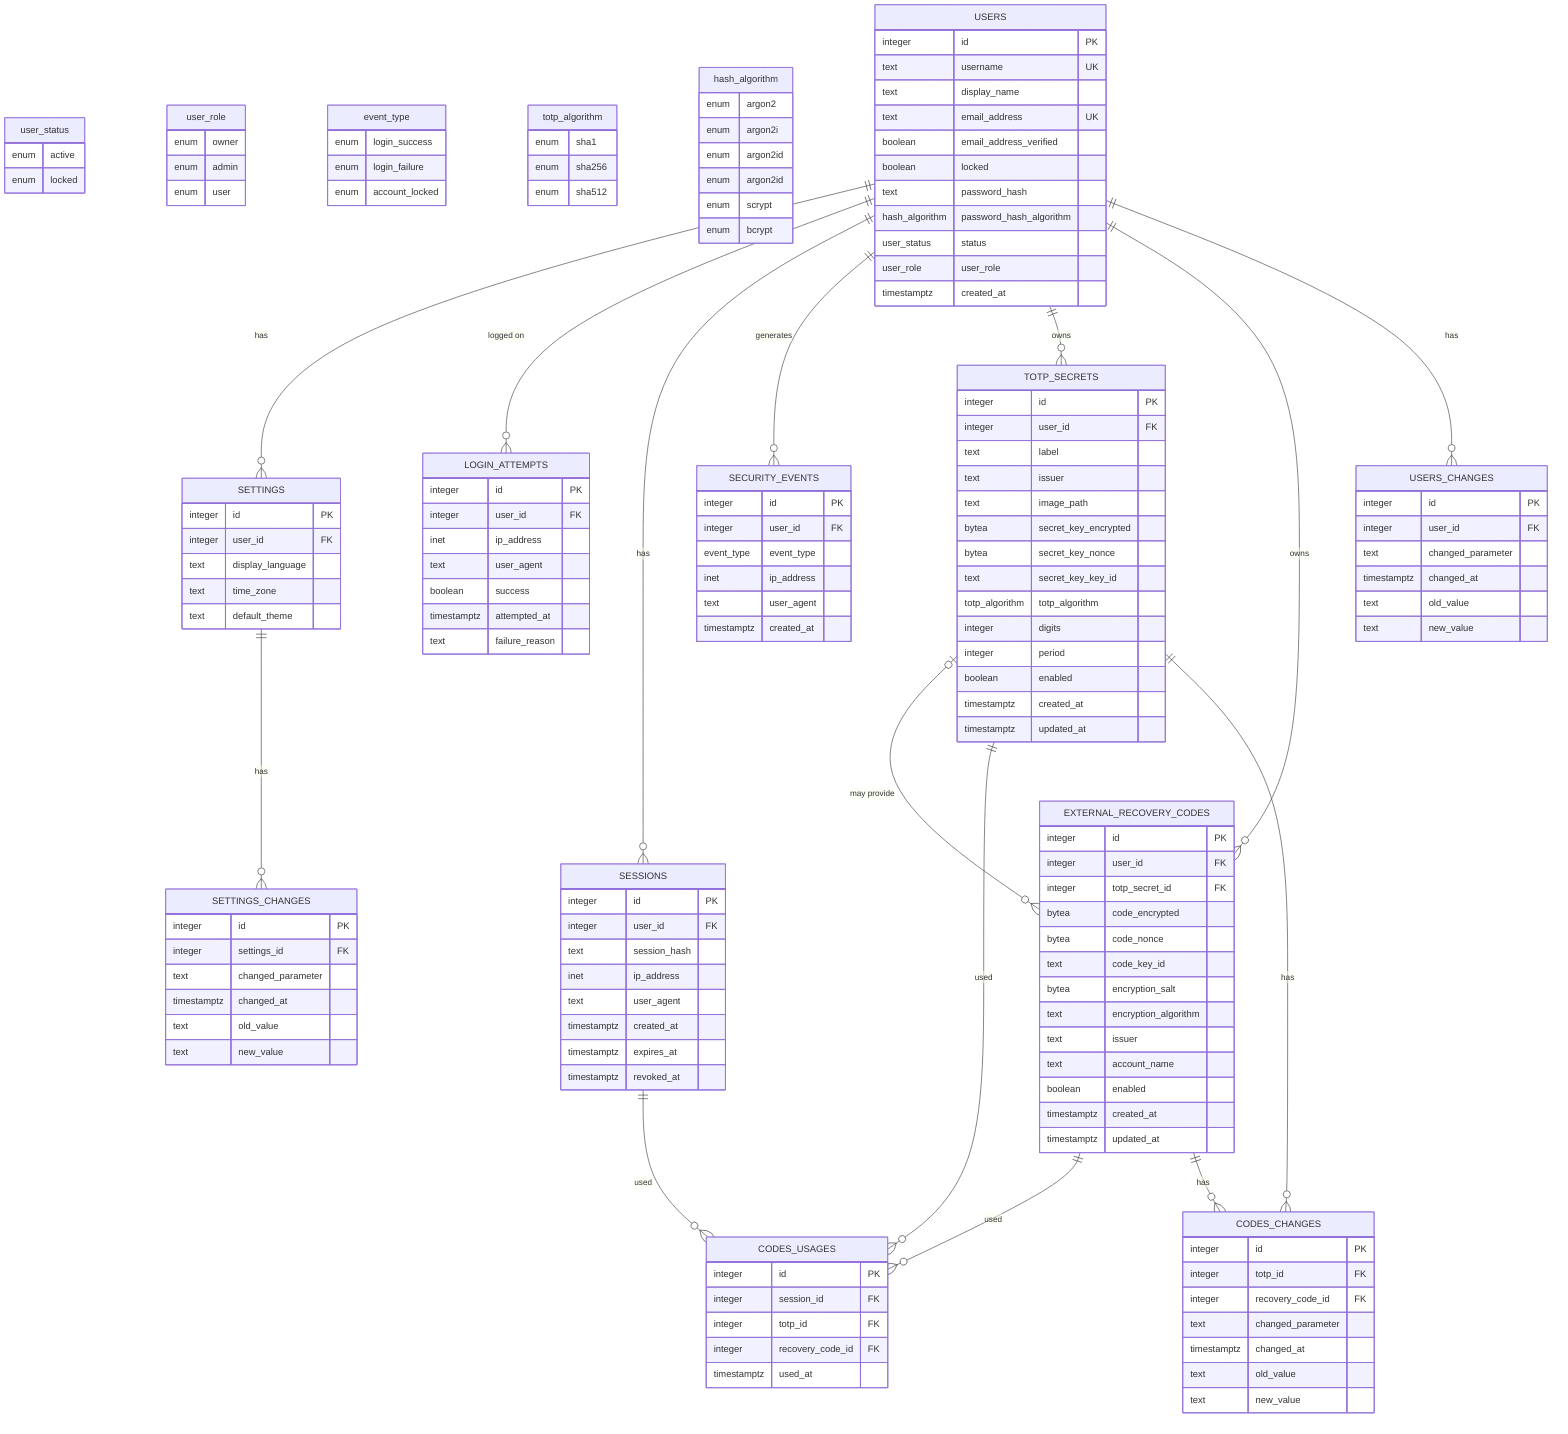
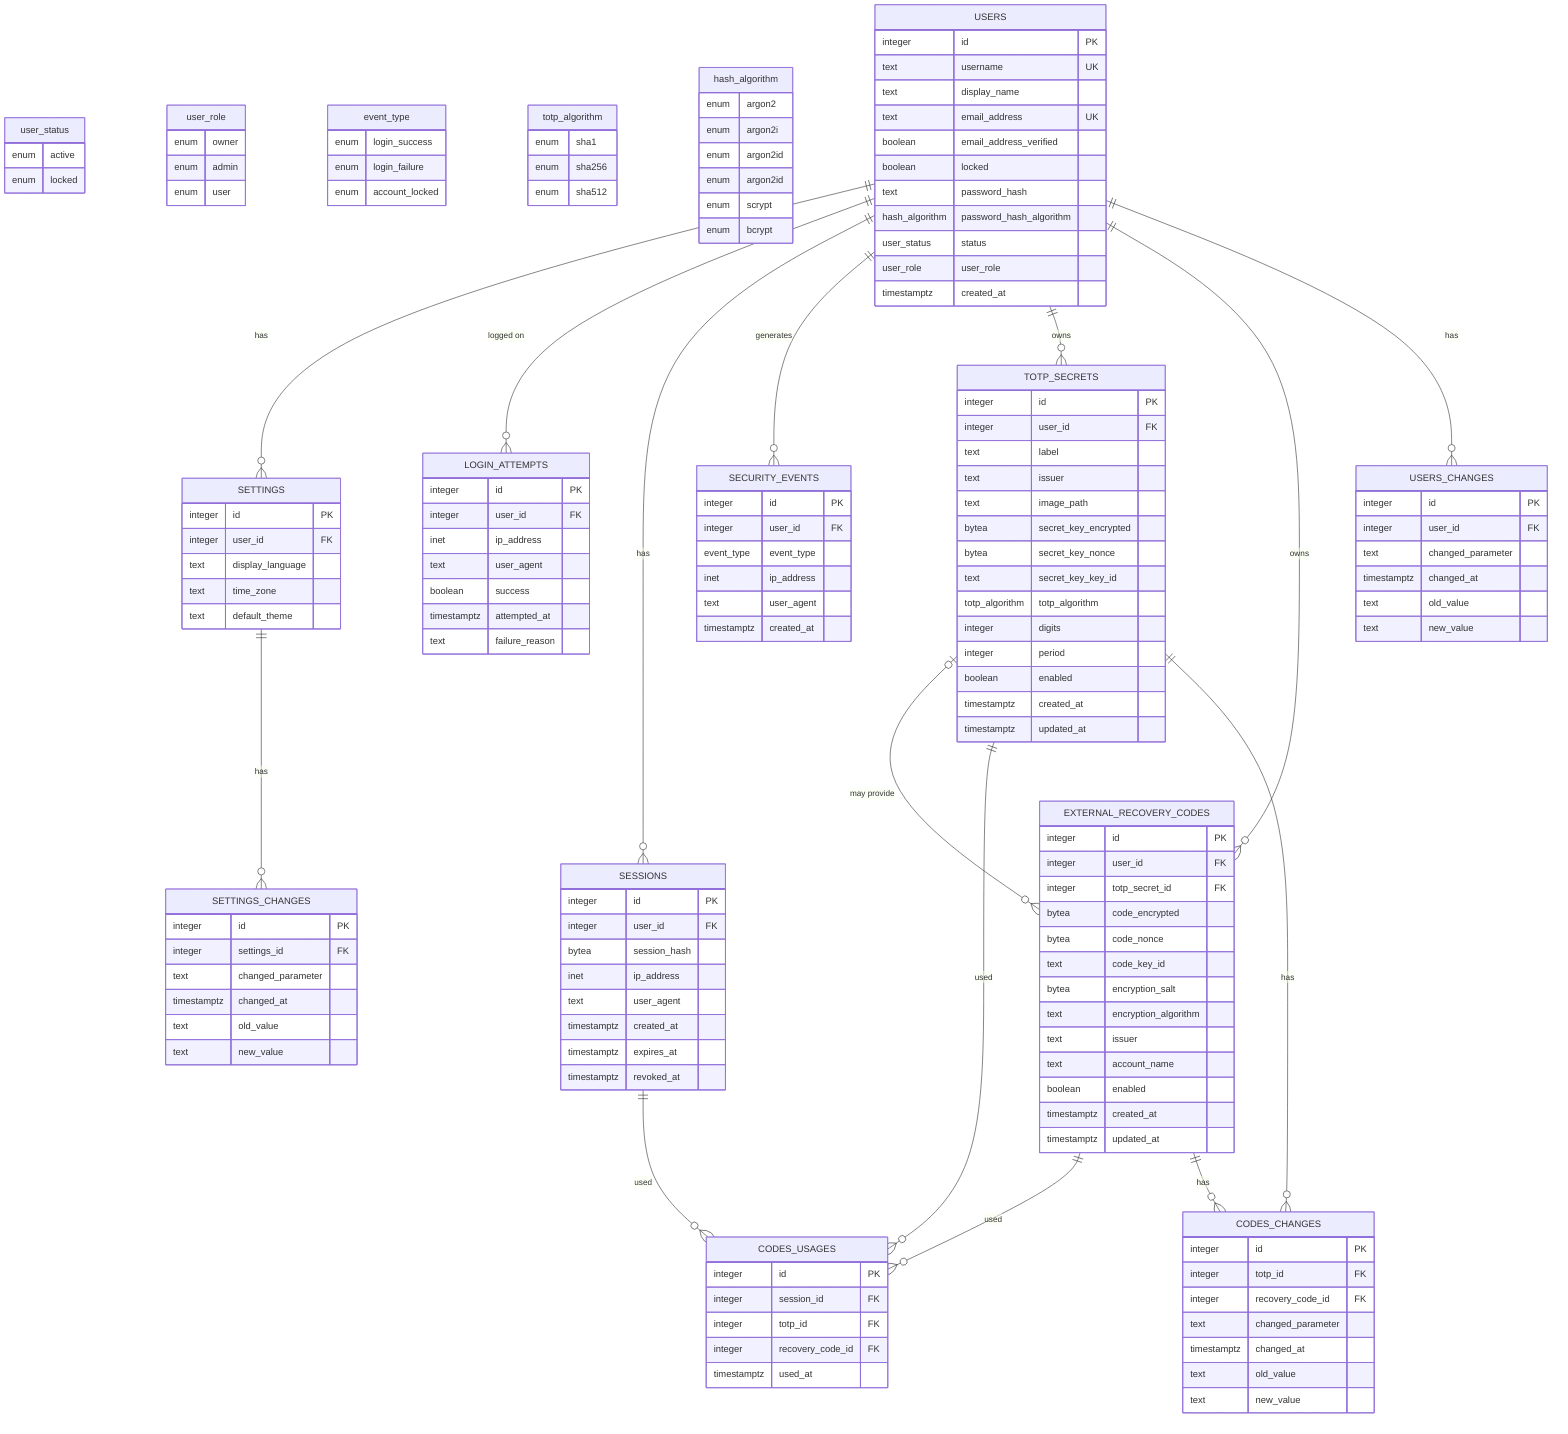
erDiagram
%% enums
  user_status {
    enum active
    enum locked
  }

  user_role {
    enum owner
    enum admin
    enum user
  }

  event_type {
    enum login_success
    enum login_failure
    enum account_locked
  }

  totp_algorithm {
    enum sha1
    enum sha256
    enum sha512
  }

  hash_algorithm {
    enum argon2
    enum argon2i
    enum argon2id
    enum argon2id
    enum scrypt
    enum bcrypt
  }

  USERS {
    integer id PK
    text username UK
    text display_name
    text email_address UK
    boolean email_address_verified
    boolean locked
    text password_hash
    hash_algorithm password_hash_algorithm
    user_status status
    user_role user_role
    timestamptz created_at
  }

  USERS_CHANGES {
    integer id PK
    integer user_id FK
    text changed_parameter
    timestamptz changed_at
    text old_value
    text new_value
  }

  SETTINGS {
    integer id PK
    integer user_id FK
    text display_language
    text time_zone
    text default_theme
  }

  SETTINGS_CHANGES {
    integer id PK
    integer settings_id FK
    text changed_parameter
    timestamptz changed_at
    text old_value
    text new_value
  }


  LOGIN_ATTEMPTS {
    integer id PK
    integer user_id FK
    inet ip_address
    text user_agent
    boolean success
    timestamptz attempted_at
    text failure_reason
  }

  SESSIONS {
    integer id PK
    integer user_id FK
-     text session_hash
+     bytea session_hash
    inet ip_address
    text user_agent
    timestamptz created_at
    timestamptz expires_at
    timestamptz revoked_at
  }

  SECURITY_EVENTS {
    integer id PK
    integer user_id FK
    event_type event_type
    inet ip_address
    text user_agent
    timestamptz created_at
  }

  TOTP_SECRETS {
    integer id PK
    integer user_id FK
    text label
    text issuer
    text image_path
    bytea secret_key_encrypted
    bytea secret_key_nonce
    text secret_key_key_id
    totp_algorithm totp_algorithm
    integer digits
    integer period
    boolean enabled
    timestamptz created_at
    timestamptz updated_at
  }

  EXTERNAL_RECOVERY_CODES {
    integer id PK
    integer user_id FK
    integer totp_secret_id FK
    bytea code_encrypted
    bytea code_nonce
    text code_key_id
    bytea encryption_salt
    text encryption_algorithm
    text issuer
    text account_name
    boolean enabled
    timestamptz created_at
    timestamptz updated_at
  }

  CODES_USAGES {
    integer id PK
    integer session_id FK
    integer totp_id FK
    integer recovery_code_id FK
    timestamptz used_at
  }

  CODES_CHANGES {
    integer id PK
    integer totp_id FK
    integer recovery_code_id FK
    text changed_parameter
    timestamptz changed_at
    text old_value
    text new_value
  }

  USERS ||--o{ SETTINGS : "has"
  USERS ||--o{ LOGIN_ATTEMPTS : "logged on"
  USERS ||--o{ SESSIONS : "has"
  USERS ||--o{ SECURITY_EVENTS : "generates"
  USERS ||--o{ TOTP_SECRETS : "owns"
  USERS ||--o{ EXTERNAL_RECOVERY_CODES : "owns"
  USERS ||--o{ USERS_CHANGES: "has"
  TOTP_SECRETS o|--o{ EXTERNAL_RECOVERY_CODES : "may provide"
  TOTP_SECRETS ||--o{ CODES_USAGES : "used"
  EXTERNAL_RECOVERY_CODES ||--o{ CODES_USAGES : "used"
  SETTINGS ||--o{ SETTINGS_CHANGES: "has"
  SESSIONS ||--o{ CODES_USAGES: "used"
  TOTP_SECRETS ||--o{ CODES_CHANGES: "has"
  EXTERNAL_RECOVERY_CODES ||--o{ CODES_CHANGES: "has"

